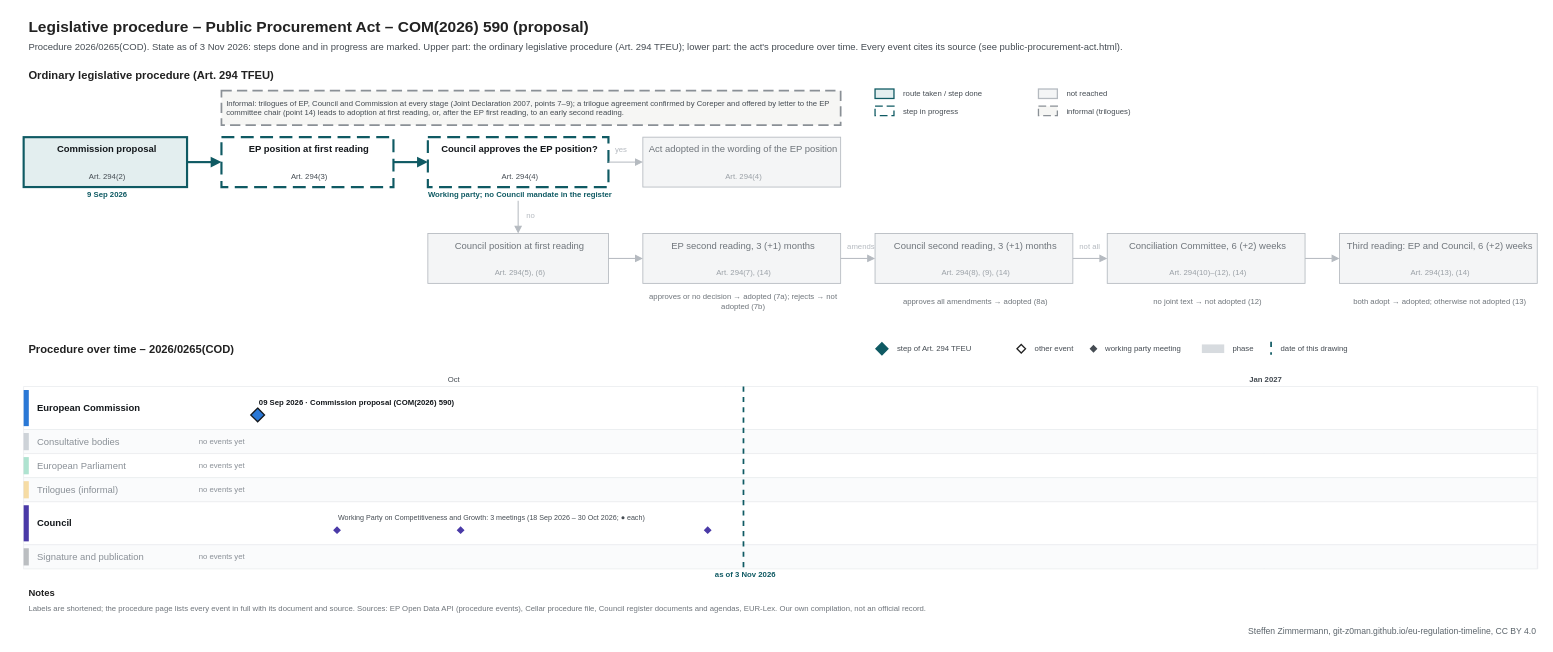
The draw.io diagram procedures/public-procurement-act.drawio in git-z0man/eu-regulation-timeline, before the edit. Source tidied: cells renumbered, new cells numbered last; positions are measured from the earlier drawing's top-left corner, leaving out a move shared by most shapes. Both pictures are drawn from the tidied source at 86%, with x=0, y=0 at pixel (15, 15).
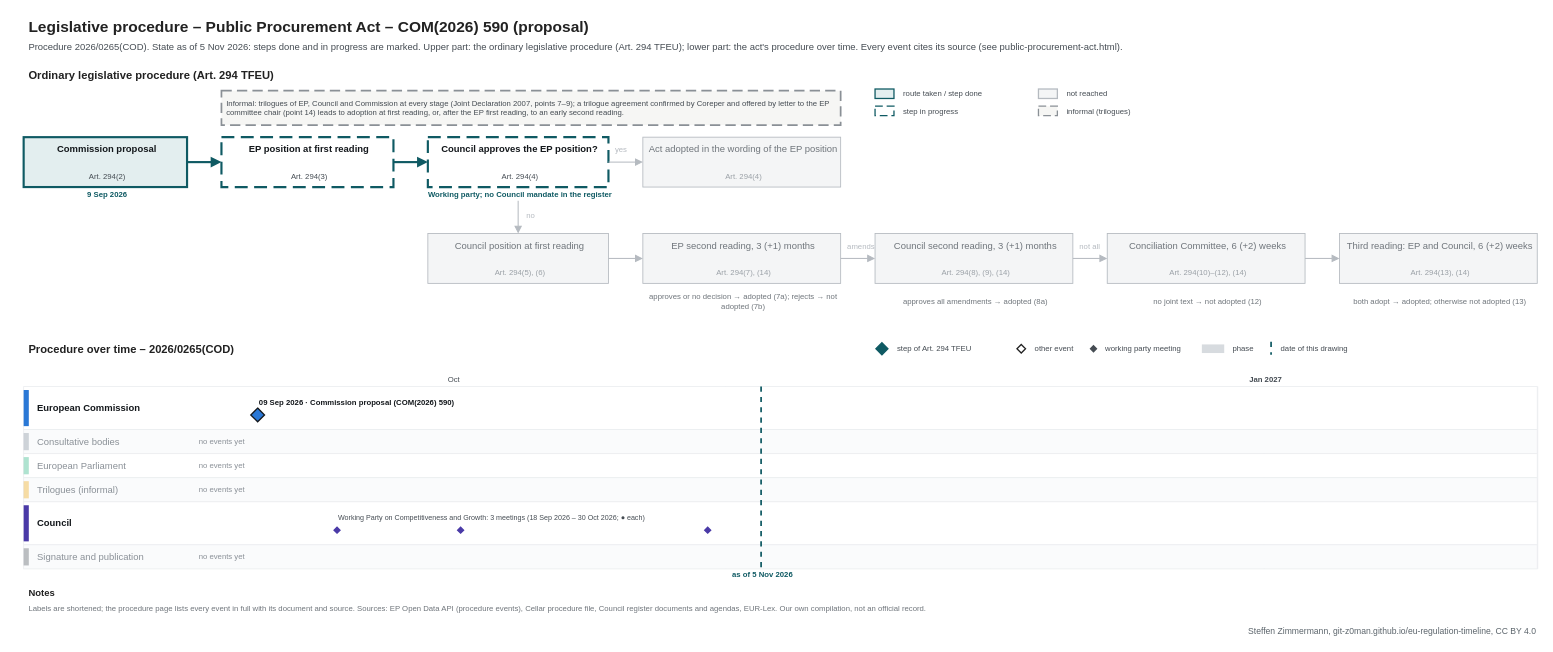
After the change.

Diff of the diagram source:
```diff
@@
-    <mxCell id="3" value="Procedure 2026/0265(COD). State as of 3 Nov 2026: steps done and in progress are marked. Upper part: the ordinary legislative procedure (Art. 294 TFEU); lower part: the act's procedure over time. Every event cites its source (see public-procurement-act.html)." style="text;html=1;fontSize=11;fontColor=#454c53;align=left;verticalAlign=middle;spacingLeft=4;" parent="1" vertex="1">
+    <mxCell id="3" value="Procedure 2026/0265(COD). State as of 5 Nov 2026: steps done and in progress are marked. Upper part: the ordinary legislative procedure (Art. 294 TFEU); lower part: the act's procedure over time. Every event cites its source (see public-procurement-act.html)." style="text;html=1;fontSize=11;fontColor=#454c53;align=left;verticalAlign=middle;spacingLeft=4;" parent="1" vertex="1">
       <mxGeometry x="10" y="28" width="1700" height="18" as="geometry" />
     </mxCell>
@@
     <mxCell id="101" style="line;html=1;strokeWidth=2;strokeColor=#0f5a63;direction=south;dashed=1;" parent="1" vertex="1">
-      <mxGeometry x="846.5" y="432" width="1" height="212" as="geometry" />
+      <mxGeometry x="867" y="432" width="1" height="212" as="geometry" />
     </mxCell>
-    <mxCell id="102" value="as of 3 Nov 2026" style="text;html=1;fontSize=9;fontColor=#0f5a63;align=center;verticalAlign=middle;spacingLeft=4;fontStyle=1;" parent="1" vertex="1">
-      <mxGeometry x="786.5" y="645" width="120" height="12" as="geometry" />
+    <mxCell id="102" value="as of 5 Nov 2026" style="text;html=1;fontSize=9;fontColor=#0f5a63;align=center;verticalAlign=middle;spacingLeft=4;fontStyle=1;" parent="1" vertex="1">
+      <mxGeometry x="807" y="645" width="120" height="12" as="geometry" />
     </mxCell>
```
